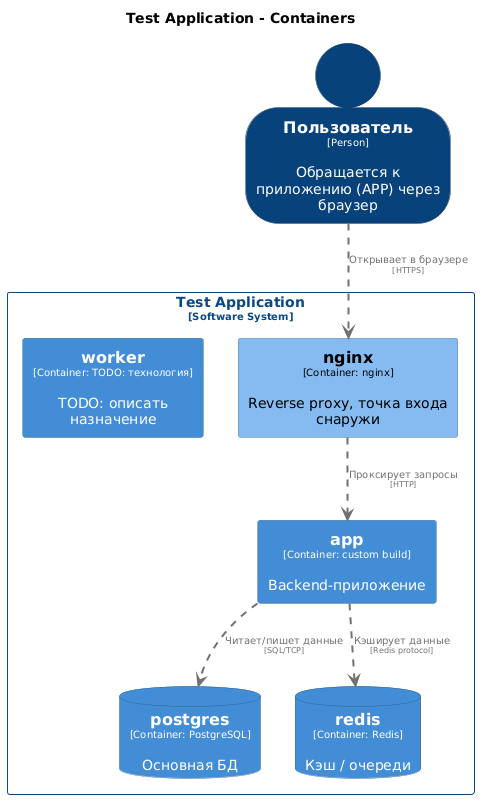
Above: architecture/diagrams/structurizr-Containers.png in dmitryimalkov/cicd (PlantUML), before the change.
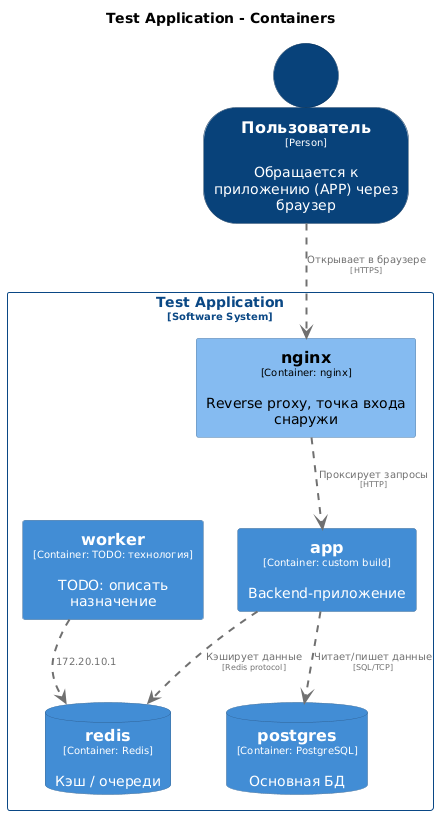
The same file after the commit.

Commit message:
docs: auto-sync architecture with docker-compose

What changed in the source:
```diff
@@ -67,6 +67,7 @@
 
 TestApplication.app .[#707070,thickness=2].> TestApplication.postgres : "<color:#707070>Читает/пишет данные\n<color:#707070><size:8>[SQL/TCP]</size>"
 TestApplication.app .[#707070,thickness=2].> TestApplication.redis : "<color:#707070>Кэширует данные\n<color:#707070><size:8>[Redis protocol]</size>"
+TestApplication.worker .[#707070,thickness=2].> TestApplication.redis : "<color:#707070>172.20.10.1"
 Пользователь .[#707070,thickness=2].> TestApplication.nginx : "<color:#707070>Открывает в браузере\n<color:#707070><size:8>[HTTPS]</size>"
 TestApplication.nginx .[#707070,thickness=2].> TestApplication.app : "<color:#707070>Проксирует запросы\n<color:#707070><size:8>[HTTP]</size>"
 @enduml
```
